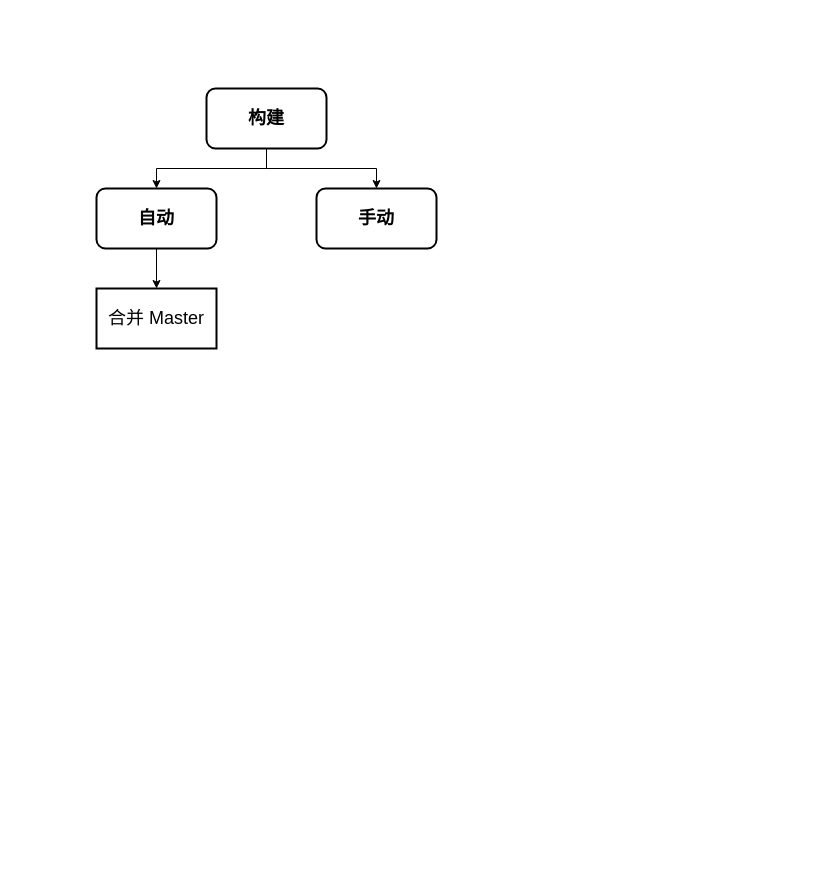
Above: 前端影响面流程.drawio in C-wx/MindManager (draw.io), before the change. Source tidied: cells renumbered, new cells numbered last; positions are measured from the earlier drawing's top-left corner, leaving out a move shared by most shapes. Both pictures are drawn from the tidied source at 100%, with x=0, y=0 at pixel (96, 88).
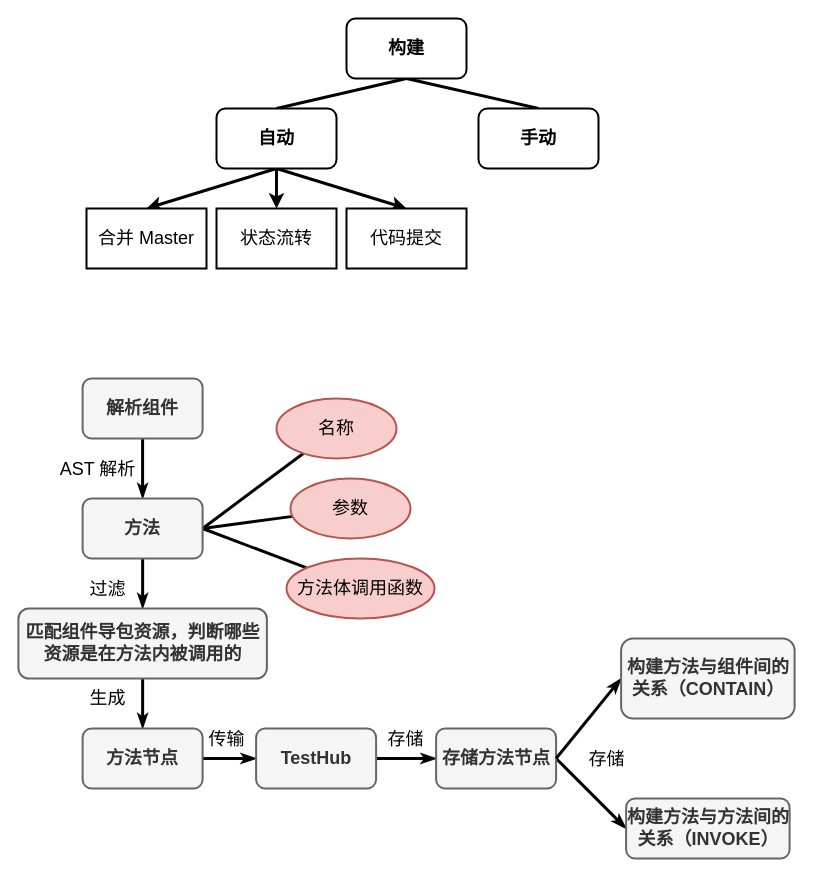
Above is the later version.

Commit message:
更新前端影响面流程.drawio

What changed in the source:
```diff
@@
-    <mxCell id="2" style="edgeStyle=orthogonalEdgeStyle;rounded=0;jettySize=auto;html=1;exitX=0.5;exitY=1;exitDx=0;exitDy=0;fontSize=18;" parent="1" edge="1" source="4" target="6">
+    <mxCell id="2" style="rounded=0;jettySize=auto;html=1;exitX=0.5;exitY=1;exitDx=0;exitDy=0;fontSize=18;entryX=0.5;entryY=0;entryDx=0;entryDy=0;strokeWidth=3;endArrow=none;endFill=0;" parent="1" edge="1" source="4" target="6">
       <mxGeometry relative="1" as="geometry" />
     </mxCell>
-    <mxCell id="3" style="edgeStyle=orthogonalEdgeStyle;rounded=0;jettySize=auto;html=1;exitX=0.5;exitY=1;exitDx=0;exitDy=0;fontSize=18;" parent="1" edge="1" source="4" target="7">
+    <mxCell id="3" style="rounded=0;jettySize=auto;html=1;exitX=0.5;exitY=1;exitDx=0;exitDy=0;fontSize=18;entryX=0.5;entryY=0;entryDx=0;entryDy=0;strokeWidth=3;endArrow=none;endFill=0;" parent="1" edge="1" source="4" target="7">
       <mxGeometry relative="1" as="geometry" />
     </mxCell>
     <mxCell id="4" value="&lt;b&gt;&lt;font style=&quot;font-size: 18px;&quot;&gt;构建&lt;/font&gt;&lt;/b&gt;" style="rounded=1;whiteSpace=wrap;html=1;strokeWidth=2;" parent="1" vertex="1">
-      <mxGeometry x="110" width="120" height="60" as="geometry" />
+      <mxGeometry x="250" y="-70" width="120" height="60" as="geometry" />
     </mxCell>
-    <mxCell id="5" style="edgeStyle=orthogonalEdgeStyle;rounded=0;jettySize=auto;html=1;exitX=0.5;exitY=1;exitDx=0;exitDy=0;fontSize=18;entryX=0.5;entryY=0;entryDx=0;entryDy=0;" parent="1" edge="1" source="6" target="8">
+    <mxCell id="5" style="rounded=0;jettySize=auto;html=1;exitX=0.5;exitY=1;exitDx=0;exitDy=0;fontSize=18;entryX=0.5;entryY=0;entryDx=0;entryDy=0;strokeWidth=3;" parent="1" edge="1" source="6" target="8">
       <mxGeometry relative="1" as="geometry" />
     </mxCell>
+    <mxCell id="9" style="edgeStyle=none;rounded=0;jettySize=auto;html=1;exitX=0.5;exitY=1;exitDx=0;exitDy=0;entryX=0.5;entryY=0;entryDx=0;entryDy=0;fontSize=18;strokeWidth=3;" parent="1" edge="1" source="6" target="11">
+      <mxGeometry relative="1" as="geometry" />
+    </mxCell>
+    <mxCell id="10" style="edgeStyle=none;rounded=0;jettySize=auto;html=1;exitX=0.5;exitY=1;exitDx=0;exitDy=0;entryX=0.5;entryY=0;entryDx=0;entryDy=0;fontSize=18;strokeWidth=3;" parent="1" edge="1" source="6" target="12">
+      <mxGeometry relative="1" as="geometry" />
+    </mxCell>
     <mxCell id="6" value="&lt;b&gt;&lt;font style=&quot;font-size: 18px;&quot;&gt;自动&lt;/font&gt;&lt;/b&gt;" style="rounded=1;whiteSpace=wrap;html=1;strokeWidth=2;" parent="1" vertex="1">
-      <mxGeometry y="100" width="120" height="60" as="geometry" />
+      <mxGeometry x="120" y="20" width="120" height="60" as="geometry" />
     </mxCell>
     <mxCell id="7" value="&lt;span style=&quot;font-size: 18px;&quot;&gt;&lt;b&gt;手动&lt;/b&gt;&lt;/span&gt;" style="rounded=1;whiteSpace=wrap;html=1;strokeWidth=2;" parent="1" vertex="1">
-      <mxGeometry x="220" y="100" width="120" height="60" as="geometry" />
+      <mxGeometry x="382" y="20" width="120" height="60" as="geometry" />
     </mxCell>
     <mxCell id="8" value="合并 Master" style="whiteSpace=wrap;html=1;fontSize=18;strokeWidth=2;" parent="1" vertex="1">
-      <mxGeometry y="200" width="120" height="60" as="geometry" />
+      <mxGeometry x="-10" y="120" width="120" height="60" as="geometry" />
     </mxCell>
+    <mxCell id="11" value="状态流转" style="whiteSpace=wrap;html=1;fontSize=18;strokeWidth=2;" parent="1" vertex="1">
+      <mxGeometry x="120" y="120" width="120" height="60" as="geometry" />
+    </mxCell>
+    <mxCell id="12" value="代码提交" style="whiteSpace=wrap;html=1;fontSize=18;strokeWidth=2;" parent="1" vertex="1">
+      <mxGeometry x="250" y="120" width="120" height="60" as="geometry" />
+    </mxCell>
+    <mxCell id="13" style="edgeStyle=none;rounded=0;jettySize=auto;html=1;fontSize=18;endArrow=classicThin;endFill=1;strokeWidth=3;" parent="1" edge="1" source="15" target="21">
+      <mxGeometry relative="1" as="geometry" />
+    </mxCell>
+    <mxCell id="14" value="AST 解析" style="edgeLabel;html=1;align=center;verticalAlign=middle;fontSize=18;" parent="13" vertex="1">
+      <mxGeometry x="0.13" relative="1" as="geometry">
+        <mxPoint x="-46" y="-4" as="offset" />
+      </mxGeometry>
+    </mxCell>
+    <mxCell id="15" value="解析组件" style="rounded=1;whiteSpace=wrap;html=1;fontSize=18;strokeWidth=2;fillColor=#f5f5f5;fontColor=#333333;strokeColor=#666666;fontStyle=1;" parent="1" vertex="1">
+      <mxGeometry x="-13.9" y="290" width="120" height="60" as="geometry" />
+    </mxCell>
+    <mxCell id="16" style="edgeStyle=none;rounded=0;jettySize=auto;html=1;fontSize=18;endArrow=none;endFill=0;strokeWidth=3;exitX=1;exitY=0.5;exitDx=0;exitDy=0;" parent="1" edge="1" source="21" target="22">
+      <mxGeometry relative="1" as="geometry" />
+    </mxCell>
+    <mxCell id="17" style="edgeStyle=none;rounded=0;jettySize=auto;html=1;fontSize=18;endArrow=none;endFill=0;strokeWidth=3;exitX=1;exitY=0.5;exitDx=0;exitDy=0;" parent="1" edge="1" source="21" target="23">
+      <mxGeometry relative="1" as="geometry" />
+    </mxCell>
+    <mxCell id="18" style="edgeStyle=none;rounded=0;jettySize=auto;html=1;fontSize=18;endArrow=none;endFill=0;strokeWidth=3;exitX=1;exitY=0.5;exitDx=0;exitDy=0;" parent="1" edge="1" source="21" target="24">
+      <mxGeometry relative="1" as="geometry" />
+    </mxCell>
+    <mxCell id="19" style="edgeStyle=none;rounded=0;jettySize=auto;html=1;fontSize=18;endArrow=classicThin;endFill=1;strokeWidth=3;" parent="1" edge="1" source="21" target="27">
+      <mxGeometry relative="1" as="geometry" />
+    </mxCell>
+    <mxCell id="20" value="过滤" style="edgeLabel;html=1;align=center;verticalAlign=middle;fontSize=18;" parent="19" vertex="1">
+      <mxGeometry x="0.32" y="-2" relative="1" as="geometry">
+        <mxPoint x="-34" y="-3" as="offset" />
+      </mxGeometry>
+    </mxCell>
+    <mxCell id="21" value="方法" style="whiteSpace=wrap;html=1;fontSize=18;rounded=1;strokeWidth=2;fillColor=#f5f5f5;fontColor=#333333;strokeColor=#666666;fontStyle=1;" parent="1" vertex="1">
+      <mxGeometry x="-13.9" y="410" width="120" height="60" as="geometry" />
+    </mxCell>
+    <mxCell id="22" value="名称" style="ellipse;whiteSpace=wrap;html=1;fontSize=18;rounded=1;strokeWidth=2;fillColor=#f8cecc;strokeColor=#b85450;" parent="1" vertex="1">
+      <mxGeometry x="180" y="310" width="120" height="60" as="geometry" />
+    </mxCell>
+    <mxCell id="23" value="参数" style="ellipse;whiteSpace=wrap;html=1;fontSize=18;rounded=1;strokeWidth=2;fillColor=#f8cecc;strokeColor=#b85450;" parent="1" vertex="1">
+      <mxGeometry x="194" y="390" width="120" height="60" as="geometry" />
+    </mxCell>
+    <mxCell id="24" value="方法体调用函数" style="ellipse;whiteSpace=wrap;html=1;fontSize=18;rounded=1;strokeWidth=2;fillColor=#f8cecc;strokeColor=#b85450;" parent="1" vertex="1">
+      <mxGeometry x="190" y="470" width="148" height="60" as="geometry" />
+    </mxCell>
+    <mxCell id="25" style="edgeStyle=none;rounded=0;jettySize=auto;html=1;fontSize=18;endArrow=classicThin;endFill=1;strokeWidth=3;" parent="1" edge="1" source="27" target="30">
+      <mxGeometry relative="1" as="geometry" />
+    </mxCell>
+    <mxCell id="26" value="生成" style="edgeLabel;html=1;align=center;verticalAlign=middle;fontSize=18;" parent="25" vertex="1">
+      <mxGeometry x="-0.2" relative="1" as="geometry">
+        <mxPoint x="-36" as="offset" />
+      </mxGeometry>
+    </mxCell>
+    <mxCell id="27" value="匹配组件导包资源，判断哪些资源是在方法内被调用的" style="whiteSpace=wrap;html=1;fontSize=18;rounded=1;strokeWidth=2;fillColor=#f5f5f5;fontColor=#333333;strokeColor=#666666;fontStyle=1;" parent="1" vertex="1">
+      <mxGeometry x="-78.1" y="520" width="248.5" height="70" as="geometry" />
+    </mxCell>
+    <mxCell id="28" style="edgeStyle=none;rounded=0;jettySize=auto;html=1;fontSize=18;endArrow=classicThin;endFill=1;strokeWidth=3;" parent="1" edge="1" source="30" target="33">
+      <mxGeometry relative="1" as="geometry" />
+    </mxCell>
+    <mxCell id="29" value="传输" style="edgeLabel;html=1;align=center;verticalAlign=middle;fontSize=18;" parent="28" vertex="1">
+      <mxGeometry x="-0.05" y="3" relative="1" as="geometry">
+        <mxPoint x="-2" y="-17" as="offset" />
+      </mxGeometry>
+    </mxCell>
+    <mxCell id="30" value="方法节点" style="whiteSpace=wrap;html=1;fontSize=18;rounded=1;strokeWidth=2;fillColor=#f5f5f5;fontColor=#333333;strokeColor=#666666;fontStyle=1;" parent="1" vertex="1">
+      <mxGeometry x="-13.9" y="640" width="120" height="60" as="geometry" />
+    </mxCell>
+    <mxCell id="31" style="edgeStyle=none;rounded=0;jettySize=auto;html=1;fontSize=18;endArrow=classicThin;endFill=1;strokeWidth=3;" parent="1" edge="1" source="33" target="36">
+      <mxGeometry relative="1" as="geometry" />
+    </mxCell>
+    <mxCell id="32" value="存储" style="edgeLabel;html=1;align=center;verticalAlign=middle;fontSize=18;" parent="31" vertex="1">
+      <mxGeometry x="0.33" y="-4" relative="1" as="geometry">
+        <mxPoint x="-11" y="-24" as="offset" />
+      </mxGeometry>
+    </mxCell>
+    <mxCell id="33" value="TestHub" style="whiteSpace=wrap;html=1;fontSize=18;rounded=1;strokeWidth=2;fillColor=#f5f5f5;fontColor=#333333;strokeColor=#666666;fontStyle=1;" parent="1" vertex="1">
+      <mxGeometry x="159.6" y="640" width="120" height="60" as="geometry" />
+    </mxCell>
+    <mxCell id="34" style="edgeStyle=none;rounded=0;jettySize=auto;html=1;fontSize=18;endArrow=classicThin;endFill=1;strokeWidth=3;entryX=0;entryY=0.5;entryDx=0;entryDy=0;" parent="1" edge="1" target="38">
+      <mxGeometry relative="1" as="geometry">
+        <mxPoint x="459.6" y="670" as="sourcePoint" />
+      </mxGeometry>
+    </mxCell>
+    <mxCell id="35" value="存储" style="edgeLabel;html=1;align=center;verticalAlign=middle;fontSize=18;" parent="34" vertex="1">
+      <mxGeometry x="-0.06" relative="1" as="geometry">
+        <mxPoint x="17" y="-33" as="offset" />
+      </mxGeometry>
+    </mxCell>
+    <mxCell id="36" value="存储方法节点" style="whiteSpace=wrap;html=1;fontSize=18;rounded=1;strokeWidth=2;fillColor=#f5f5f5;fontColor=#333333;strokeColor=#666666;fontStyle=1;" parent="1" vertex="1">
+      <mxGeometry x="339.6" y="640" width="120" height="60" as="geometry" />
+    </mxCell>
+    <mxCell id="37" style="edgeStyle=none;rounded=0;jettySize=auto;html=1;fontSize=18;endArrow=classicThin;endFill=1;strokeWidth=3;exitX=1;exitY=0.5;exitDx=0;exitDy=0;entryX=0;entryY=0.5;entryDx=0;entryDy=0;" parent="1" edge="1" source="36" target="39">
+      <mxGeometry relative="1" as="geometry" />
+    </mxCell>
+    <mxCell id="38" value="构建方法与方法间的关系（INVOKE）" style="whiteSpace=wrap;html=1;fontSize=18;rounded=1;strokeWidth=2;fillColor=#f5f5f5;fontColor=#333333;strokeColor=#666666;fontStyle=1;" parent="1" vertex="1">
+      <mxGeometry x="529.6" y="710" width="163.5" height="60" as="geometry" />
+    </mxCell>
+    <mxCell id="39" value="构建方法与组件间的关系（CONTAIN）" style="whiteSpace=wrap;html=1;fontSize=18;rounded=1;strokeWidth=2;fillColor=#f5f5f5;fontColor=#333333;strokeColor=#666666;fontStyle=1;" parent="1" vertex="1">
+      <mxGeometry x="524.6" y="550" width="173.5" height="80" as="geometry" />
+    </mxCell>
```
